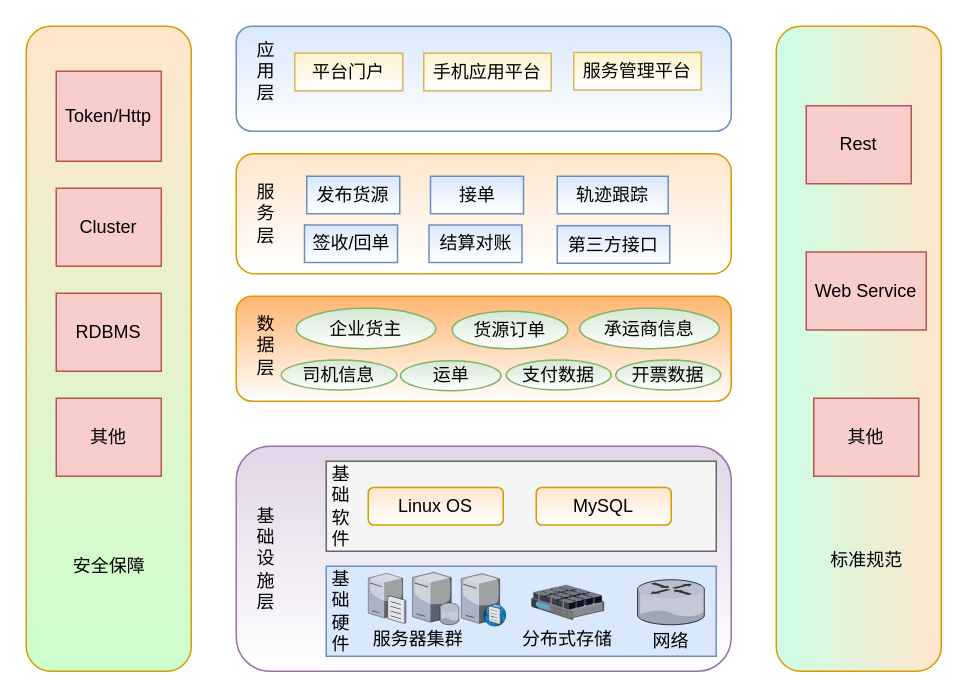
chenyibang/rdpwrap keeps this draw.io diagram as 系统架构图.drawio. Above is the earlier version. Source tidied: cells renumbered, new cells numbered last; positions are measured from the earlier drawing's top-left corner, leaving out a move shared by most shapes. Both pictures are drawn from the tidied source at 150%, with x=0, y=0 at pixel (26, 26).
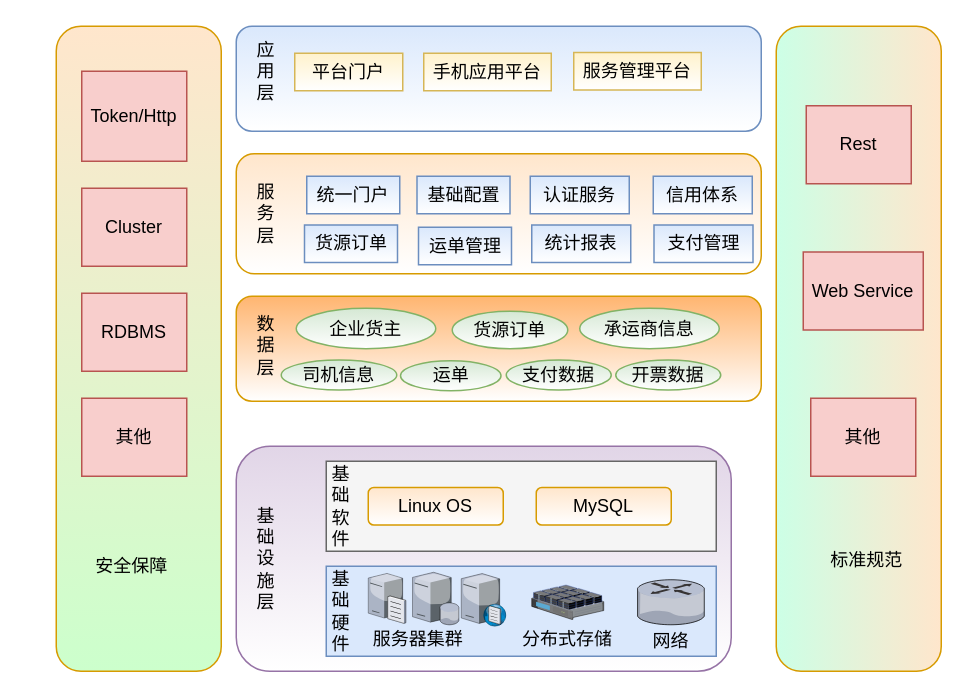
The same page after the edit.

Commit message:
更新系统架构图.drawio

Diff of the diagram source:
```diff
@@
     <mxCell id="2" style="rounded=1;whiteSpace=wrap;html=1;direction=south;fillColor=#ffe6cc;strokeColor=#d79b00;gradientColor=#CCFFCC;gradientDirection=east;" parent="1" vertex="1">
-      <mxGeometry width="110" height="430" as="geometry" />
+      <mxGeometry x="20" width="110" height="430" as="geometry" />
     </mxCell>
@@
     <mxCell id="4" style="rounded=1;whiteSpace=wrap;html=1;fillColor=#dae8fc;strokeColor=#6c8ebf;gradientColor=#ffffff;" parent="1" vertex="1">
-      <mxGeometry x="140" width="330" height="70" as="geometry" />
+      <mxGeometry x="140" width="350" height="70" as="geometry" />
     </mxCell>
@@
     <mxCell id="6" style="rounded=1;whiteSpace=wrap;html=1;fillColor=#FFB570;strokeColor=#d79b00;gradientColor=#ffffff;" parent="1" vertex="1">
-      <mxGeometry x="140" y="180" width="330" height="70" as="geometry" />
+      <mxGeometry x="140" y="180" width="350" height="70" as="geometry" />
     </mxCell>
     <mxCell id="7" style="rounded=1;whiteSpace=wrap;html=1;fillColor=#ffe6cc;strokeColor=#d79b00;gradientColor=#ffffff;" parent="1" vertex="1">
-      <mxGeometry x="140" y="85" width="330" height="80" as="geometry" />
+      <mxGeometry x="140" y="85" width="350" height="80" as="geometry" />
     </mxCell>
@@
-    <mxCell id="34" value="发布货源" style="rounded=0;whiteSpace=wrap;html=1;fillColor=#dae8fc;strokeColor=#6c8ebf;gradientColor=#ffffff;" parent="1" vertex="1">
+    <mxCell id="34" value="统一门户" style="rounded=0;whiteSpace=wrap;html=1;fillColor=#dae8fc;strokeColor=#6c8ebf;gradientColor=#ffffff;" parent="1" vertex="1">
       <mxGeometry x="187" y="100" width="62" height="25" as="geometry" />
     </mxCell>
-    <mxCell id="35" value="接单" style="rounded=0;whiteSpace=wrap;html=1;fillColor=#dae8fc;strokeColor=#6c8ebf;gradientColor=#ffffff;" parent="1" vertex="1">
-      <mxGeometry x="269.5" y="100" width="62" height="25" as="geometry" />
+    <mxCell id="35" value="基础配置" style="rounded=0;whiteSpace=wrap;html=1;fillColor=#dae8fc;strokeColor=#6c8ebf;gradientColor=#ffffff;" parent="1" vertex="1">
+      <mxGeometry x="260.5" y="100" width="62" height="25" as="geometry" />
     </mxCell>
-    <mxCell id="36" value="轨迹跟踪" style="rounded=0;whiteSpace=wrap;html=1;fillColor=#dae8fc;strokeColor=#6c8ebf;gradientColor=#ffffff;" parent="1" vertex="1">
-      <mxGeometry x="354" y="100" width="74" height="25" as="geometry" />
+    <mxCell id="36" value="认证服务" style="rounded=0;whiteSpace=wrap;html=1;fillColor=#dae8fc;strokeColor=#6c8ebf;gradientColor=#ffffff;" parent="1" vertex="1">
+      <mxGeometry x="336" y="100" width="66" height="25" as="geometry" />
     </mxCell>
-    <mxCell id="37" value="签收/回单" style="rounded=0;whiteSpace=wrap;html=1;fillColor=#dae8fc;strokeColor=#6c8ebf;gradientColor=#ffffff;" parent="1" vertex="1">
+    <mxCell id="37" value="货源订单" style="rounded=0;whiteSpace=wrap;html=1;fillColor=#dae8fc;strokeColor=#6c8ebf;gradientColor=#ffffff;" parent="1" vertex="1">
       <mxGeometry x="185.5" y="132.5" width="62" height="25" as="geometry" />
     </mxCell>
-    <mxCell id="38" value="结算对账" style="rounded=0;whiteSpace=wrap;html=1;fillColor=#dae8fc;strokeColor=#6c8ebf;gradientColor=#ffffff;" parent="1" vertex="1">
-      <mxGeometry x="268.5" y="132.5" width="62" height="25" as="geometry" />
+    <mxCell id="38" value="运单管理" style="rounded=0;whiteSpace=wrap;html=1;fillColor=#dae8fc;strokeColor=#6c8ebf;gradientColor=#ffffff;" parent="1" vertex="1">
+      <mxGeometry x="261.5" y="134" width="62" height="25" as="geometry" />
     </mxCell>
-    <mxCell id="39" value="第三方接口" style="rounded=0;whiteSpace=wrap;html=1;fillColor=#dae8fc;strokeColor=#6c8ebf;gradientColor=#ffffff;" parent="1" vertex="1">
-      <mxGeometry x="354" y="133" width="75" height="25" as="geometry" />
+    <mxCell id="39" value="统计报表" style="rounded=0;whiteSpace=wrap;html=1;fillColor=#dae8fc;strokeColor=#6c8ebf;gradientColor=#ffffff;" parent="1" vertex="1">
+      <mxGeometry x="337" y="132.5" width="66" height="25" as="geometry" />
     </mxCell>
@@
     <mxCell id="43" value="Token/Http" style="rounded=0;whiteSpace=wrap;html=1;fillColor=#f8cecc;strokeColor=#b85450;" parent="1" vertex="1">
-      <mxGeometry x="20" y="30" width="70" height="60" as="geometry" />
+      <mxGeometry x="37" y="30" width="70" height="60" as="geometry" />
     </mxCell>
     <mxCell id="44" value="Cluster" style="rounded=0;whiteSpace=wrap;html=1;fillColor=#f8cecc;strokeColor=#b85450;" parent="1" vertex="1">
-      <mxGeometry x="20" y="108" width="70" height="52" as="geometry" />
+      <mxGeometry x="37" y="108" width="70" height="52" as="geometry" />
     </mxCell>
     <mxCell id="45" value="RDBMS" style="rounded=0;whiteSpace=wrap;html=1;fillColor=#f8cecc;strokeColor=#b85450;" parent="1" vertex="1">
-      <mxGeometry x="20" y="178" width="70" height="52" as="geometry" />
+      <mxGeometry x="37" y="178" width="70" height="52" as="geometry" />
     </mxCell>
     <mxCell id="46" value="其他" style="rounded=0;whiteSpace=wrap;html=1;fillColor=#f8cecc;strokeColor=#b85450;" parent="1" vertex="1">
-      <mxGeometry x="20" y="248" width="70" height="52" as="geometry" />
+      <mxGeometry x="37" y="248" width="70" height="52" as="geometry" />
     </mxCell>
     <mxCell id="47" value="安全保障" style="text;html=1;strokeColor=none;fillColor=none;align=center;verticalAlign=middle;whiteSpace=wrap;rounded=0;" parent="1" vertex="1">
-      <mxGeometry x="27.5" y="350" width="55" height="20" as="geometry" />
+      <mxGeometry x="42.5" y="350" width="55" height="20" as="geometry" />
     </mxCell>
@@
     <mxCell id="49" value="Web Service" style="rounded=0;whiteSpace=wrap;html=1;fillColor=#f8cecc;strokeColor=#b85450;" parent="1" vertex="1">
-      <mxGeometry x="520" y="150.5" width="80" height="52" as="geometry" />
+      <mxGeometry x="518" y="150.5" width="80" height="52" as="geometry" />
     </mxCell>
     <mxCell id="50" value="其他" style="rounded=0;whiteSpace=wrap;html=1;fillColor=#f8cecc;strokeColor=#b85450;" parent="1" vertex="1">
-      <mxGeometry x="525" y="248" width="70" height="52" as="geometry" />
+      <mxGeometry x="523" y="248" width="70" height="52" as="geometry" />
     </mxCell>
@@
+    <mxCell id="52" value="信用体系" style="rounded=0;whiteSpace=wrap;html=1;fillColor=#dae8fc;strokeColor=#6c8ebf;gradientColor=#ffffff;" parent="1" vertex="1">
+      <mxGeometry x="418" y="100" width="66" height="25" as="geometry" />
+    </mxCell>
+    <mxCell id="53" value="支付管理" style="rounded=0;whiteSpace=wrap;html=1;fillColor=#dae8fc;strokeColor=#6c8ebf;gradientColor=#ffffff;" parent="1" vertex="1">
+      <mxGeometry x="418.5" y="132.5" width="66" height="25" as="geometry" />
+    </mxCell>
```
